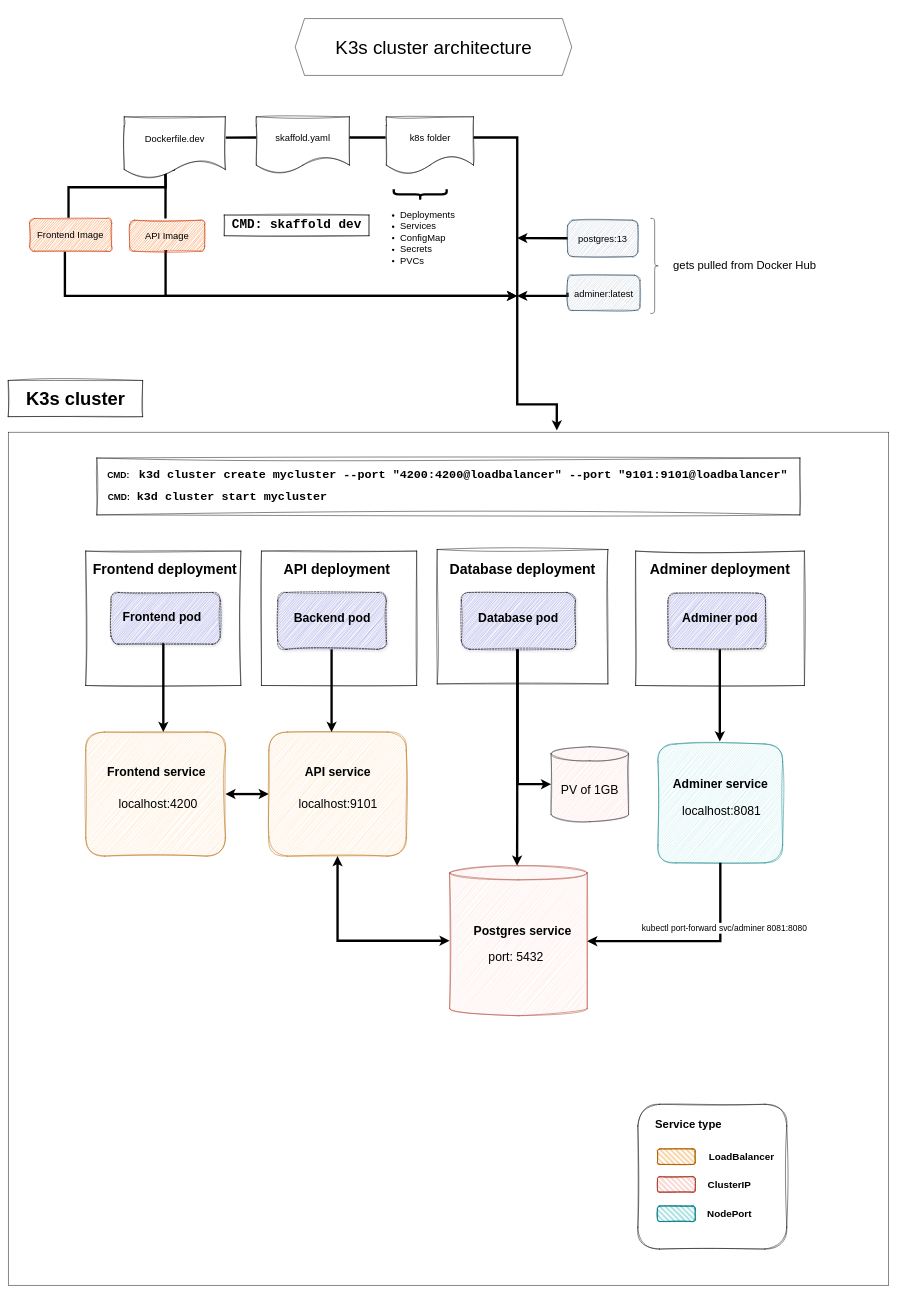
This is diagrams/drawio/dev-setup.drawio from Eliasdb/eDB, a draw.io file, before an edit. Source tidied: cells renumbered, new cells numbered last; positions are measured from the earlier drawing's top-left corner, leaving out a move shared by most shapes. Both pictures are drawn from the tidied source at 47%, with x=0, y=0 at pixel (8, 18).
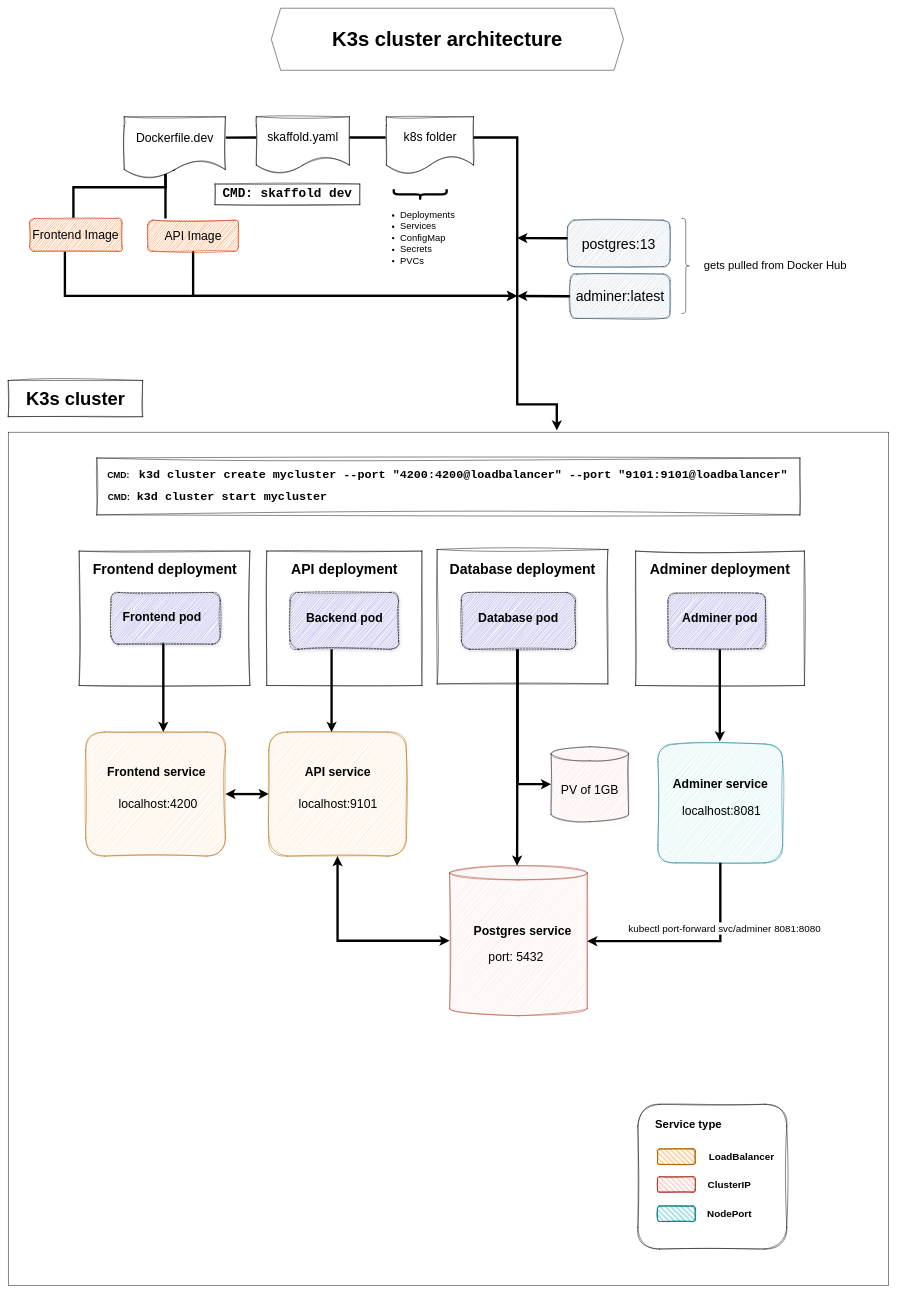
The same diagram, later.

The change refers to these unchanged cells:
```xml
<mxCell id="57" style="edgeStyle=orthogonalEdgeStyle;rounded=0;jettySize=auto;html=1;exitX=0.5;exitY=1;exitDx=0;exitDy=0;strokeWidth=5;" parent="1" edge="1" source="50" target="40">
  <mxGeometry relative="1" as="geometry">
    <Array as="points">
      <mxPoint x="1515" y="1963" />
    </Array>
  </mxGeometry>
</mxCell>
```

The edit, as a diff of the source:
```diff
@@
-<mxGraphModel background="#FFFFFF">
+<mxGraphModel>
@@
     <mxCell id="2" style="edgeStyle=orthogonalEdgeStyle;rounded=0;jettySize=auto;html=1;exitX=0.499;exitY=0.851;exitDx=0;exitDy=0;exitPerimeter=0;endArrow=none;endFill=0;strokeWidth=5;" parent="1" edge="1" source="3">
       <mxGeometry relative="1" as="geometry">
         <mxPoint x="334.6" y="425.2" as="targetPoint" />
         <Array as="points">
-          <mxPoint x="334.8" y="304.2" />
-          <mxPoint x="334.8" y="304.2" />
+          <mxPoint x="335" y="321" />
         </Array>
       </mxGeometry>
     </mxCell>
-    <mxCell id="3" value="&lt;font style=&quot;font-size: 20px;&quot;&gt;Dockerfile.dev&lt;/font&gt;" style="shape=document;whiteSpace=wrap;html=1;boundedLbl=1;sketch=1;curveFitting=1;jiggle=2;" parent="1" vertex="1">
+    <mxCell id="3" value="&lt;font style=&quot;font-size: 26px;&quot;&gt;Dockerfile.dev&lt;/font&gt;" style="shape=document;whiteSpace=wrap;html=1;boundedLbl=1;sketch=1;curveFitting=1;jiggle=2;" parent="1" vertex="1">
       <mxGeometry x="246.8" y="209" width="215.2" height="132" as="geometry" />
     </mxCell>
-    <mxCell id="4" value="&lt;font style=&quot;font-size: 20px;&quot;&gt;skaffold.yaml&lt;/font&gt;" style="shape=document;whiteSpace=wrap;html=1;boundedLbl=1;sketch=1;curveFitting=1;jiggle=2;" parent="1" vertex="1">
+    <mxCell id="4" value="&lt;font style=&quot;font-size: 26px;&quot;&gt;skaffold.yaml&lt;/font&gt;" style="shape=document;whiteSpace=wrap;html=1;boundedLbl=1;sketch=1;curveFitting=1;jiggle=2;" parent="1" vertex="1">
       <mxGeometry x="527.8" y="209" width="198.2" height="121" as="geometry" />
     </mxCell>
@@
-    <mxCell id="6" value="&lt;font style=&quot;font-size: 20px;&quot;&gt;k8s folder&lt;/font&gt;" style="shape=document;whiteSpace=wrap;html=1;boundedLbl=1;sketch=1;curveFitting=1;jiggle=2;" parent="1" vertex="1">
+    <mxCell id="6" value="&lt;font style=&quot;font-size: 26px;&quot;&gt;k8s folder&lt;/font&gt;" style="shape=document;whiteSpace=wrap;html=1;boundedLbl=1;sketch=1;curveFitting=1;jiggle=2;" parent="1" vertex="1">
       <mxGeometry x="804.5" y="209" width="185.5" height="121" as="geometry" />
     </mxCell>
@@
-    <mxCell id="11" value="&lt;font style=&quot;font-size: 20px;&quot;&gt;Frontend Image&lt;/font&gt;" style="rounded=1;whiteSpace=wrap;html=1;sketch=1;curveFitting=1;jiggle=2;fillColor=#fa6800;strokeColor=#C73500;fontColor=#000000;" parent="1" vertex="1">
-      <mxGeometry x="45.3" y="425.2" width="174.7" height="69.8" as="geometry" />
+    <mxCell id="11" value="&lt;font style=&quot;font-size: 26px;&quot;&gt;Frontend Image&lt;/font&gt;" style="rounded=1;whiteSpace=wrap;html=1;sketch=1;curveFitting=1;jiggle=2;fillColor=#fa6800;strokeColor=#C73500;fontColor=#000000;" parent="1" vertex="1">
+      <mxGeometry x="45.3" y="425.2" width="196.7" height="69.8" as="geometry" />
     </mxCell>
     <mxCell id="12" style="edgeStyle=orthogonalEdgeStyle;rounded=0;jettySize=auto;html=1;exitX=0.5;exitY=1;exitDx=0;exitDy=0;strokeWidth=5;" parent="1" edge="1" source="72">
       <mxGeometry relative="1" as="geometry">
         <mxPoint x="1082.8" y="590.1" as="targetPoint" />
         <Array as="points">
-          <mxPoint x="334.8" y="590.2" />
+          <mxPoint x="393" y="590" />
         </Array>
       </mxGeometry>
     </mxCell>
@@
-    <mxCell id="14" value="&lt;font style=&quot;font-size: 20px;&quot;&gt;postgres:13&lt;/font&gt;" style="rounded=1;whiteSpace=wrap;html=1;sketch=1;curveFitting=1;jiggle=2;fillColor=#bac8d3;strokeColor=#23445d;" parent="1" vertex="1">
-      <mxGeometry x="1190.1" y="429" width="149.6" height="77.6" as="geometry" />
+    <mxCell id="14" value="&lt;font style=&quot;font-size: 30px;&quot;&gt;postgres:13&lt;/font&gt;" style="rounded=1;whiteSpace=wrap;html=1;sketch=1;curveFitting=1;jiggle=2;fillColor=#bac8d3;strokeColor=#23445d;" parent="1" vertex="1">
+      <mxGeometry x="1190.1" y="429" width="217.9" height="99" as="geometry" />
     </mxCell>
     <mxCell id="15" style="shape=curlyBracket;whiteSpace=wrap;html=1;rounded=1;flipH=1;labelPosition=right;verticalLabelPosition=middle;align=left;verticalAlign=middle;size=0.5;direction=east;" parent="1" vertex="1">
-      <mxGeometry x="1366.1" y="425.2" width="18.7" height="202.1" as="geometry" />
+      <mxGeometry x="1432.2" y="425.2" width="18.7" height="202.1" as="geometry" />
     </mxCell>
     <mxCell id="16" value="&lt;font style=&quot;font-size: 24px;&quot;&gt;gets pulled from Docker Hub&amp;nbsp;&lt;/font&gt;" style="text;html=1;align=center;verticalAlign=middle;whiteSpace=wrap;rounded=0;fontSize=20;" parent="1" vertex="1">
-      <mxGeometry x="1397" y="495.3" width="347.2" height="62" as="geometry" />
+      <mxGeometry x="1461.8" y="495.3" width="347.2" height="62" as="geometry" />
     </mxCell>
@@
     <mxCell id="19" style="rounded=0;whiteSpace=wrap;html=1;sketch=1;curveFitting=1;jiggle=2;glass=0;shadow=0;" parent="1" vertex="1">
-      <mxGeometry x="164.8" y="1133" width="330.2" height="286" as="geometry" />
+      <mxGeometry x="150.9" y="1133" width="363.2" height="286" as="geometry" />
     </mxCell>
@@
     <mxCell id="28" style="rounded=0;whiteSpace=wrap;html=1;sketch=1;curveFitting=1;jiggle=2;" parent="1" vertex="1">
-      <mxGeometry x="538.8" y="1133" width="330.2" height="286" as="geometry" />
+      <mxGeometry x="550" y="1133" width="330.2" height="286" as="geometry" />
     </mxCell>
     <mxCell id="29" value="&lt;font style=&quot;font-size: 30px;&quot;&gt;API deployment&lt;/font&gt;" style="text;strokeColor=none;fillColor=none;html=1;fontSize=20;fontStyle=1;verticalAlign=middle;align=center;" parent="1" vertex="1">
-      <mxGeometry x="561" y="1144" width="275" height="55" as="geometry" />
+      <mxGeometry x="577.6" y="1144" width="275" height="55" as="geometry" />
     </mxCell>
     <mxCell id="30" style="rounded=1;whiteSpace=wrap;html=1;dashed=1;glass=0;shadow=1;sketch=1;curveFitting=1;jiggle=2;fillColor=#8787FF;" parent="1" vertex="1">
-      <mxGeometry x="573.5" y="1221" width="231" height="121" as="geometry" />
+      <mxGeometry x="599.6" y="1221" width="231" height="121" as="geometry" />
     </mxCell>
     <mxCell id="31" value="&lt;font style=&quot;font-size: 26px;&quot;&gt;Backend pod&lt;/font&gt;" style="text;strokeColor=none;fillColor=none;html=1;fontSize=19;fontStyle=1;verticalAlign=middle;align=center;" parent="1" vertex="1">
-      <mxGeometry x="606.3" y="1253.3" width="165.4" height="44" as="geometry" />
+      <mxGeometry x="632.4" y="1253.3" width="165.4" height="44" as="geometry" />
     </mxCell>
@@
-    <mxCell id="53" value="&lt;font style=&quot;font-size: 20px;&quot;&gt;adminer:latest&lt;/font&gt;" style="rounded=1;whiteSpace=wrap;html=1;sketch=1;curveFitting=1;jiggle=2;fillColor=#bac8d3;strokeColor=#23445d;" parent="1" vertex="1">
-      <mxGeometry x="1190.1" y="546.1" width="154" height="75" as="geometry" />
+    <mxCell id="53" value="&lt;font style=&quot;font-size: 30px;&quot;&gt;adminer:latest&lt;/font&gt;" style="rounded=1;whiteSpace=wrap;html=1;sketch=1;curveFitting=1;jiggle=2;fillColor=#bac8d3;strokeColor=#23445d;" parent="1" vertex="1">
+      <mxGeometry x="1195.6" y="543.5" width="212.4" height="94.5" as="geometry" />
     </mxCell>
@@
     <mxCell id="55" value="&lt;pre style=&quot;&quot;&gt;&lt;b style=&quot;&quot;&gt;&lt;font style=&quot;font-size: 27px;&quot;&gt;CMD: skaffold dev&lt;/font&gt;&lt;/b&gt;&lt;/pre&gt;" style="text;html=1;align=center;verticalAlign=middle;whiteSpace=wrap;rounded=0;fontFamily=Helvetica;fontSize=22;strokeColor=default;fontStyle=0;spacingBottom=0;spacingRight=0;horizontal=1;sketch=1;curveFitting=1;jiggle=2;" parent="1" vertex="1">
-      <mxGeometry x="459.6" y="418" width="308" height="44" as="geometry" />
+      <mxGeometry x="440" y="352" width="308" height="44" as="geometry" />
     </mxCell>
@@
-    <mxCell id="58" value=" kubectl port-forward svc/adminer 8081:8080" style="edgeLabel;align=center;verticalAlign=middle;fontSize=18;" parent="57" vertex="1">
+    <mxCell id="58" value=" kubectl port-forward svc/adminer 8081:8080" style="edgeLabel;align=center;verticalAlign=middle;fontSize=21;" parent="57" vertex="1">
       <mxGeometry x="-0.39" y="6" relative="1" as="geometry">
         <mxPoint y="1" as="offset" />
       </mxGeometry>
     </mxCell>
@@
-    <mxCell id="72" value="&lt;font style=&quot;font-size: 20px;&quot;&gt;API Image&lt;/font&gt;" style="rounded=1;whiteSpace=wrap;html=1;sketch=1;curveFitting=1;jiggle=2;fillColor=#fa6800;strokeColor=#C73500;fontColor=#000000;" parent="1" vertex="1">
-      <mxGeometry x="258.3" y="429" width="159.7" height="66" as="geometry" />
+    <mxCell id="72" value="&lt;font style=&quot;font-size: 26px;&quot;&gt;API Image&lt;/font&gt;" style="rounded=1;whiteSpace=wrap;html=1;sketch=1;curveFitting=1;jiggle=2;fillColor=#fa6800;strokeColor=#C73500;fontColor=#000000;" parent="1" vertex="1">
+      <mxGeometry x="297" y="429" width="192.7" height="66" as="geometry" />
     </mxCell>
@@
-    <mxCell id="77" value="&lt;span style=&quot;font-size: 40px;&quot;&gt;K3s cluster architecture&lt;/span&gt;" style="shape=hexagon;perimeter=hexagonPerimeter2;whiteSpace=wrap;html=1;fixedSize=1;" parent="1" vertex="1">
-      <mxGeometry x="610.5" width="588.5" height="121" as="geometry" />
+    <mxCell id="77" value="&lt;font style=&quot;font-size: 43px;&quot;&gt;&lt;b&gt;K3s cluster architecture&lt;/b&gt;&lt;/font&gt;" style="shape=hexagon;perimeter=hexagonPerimeter2;whiteSpace=wrap;html=1;fixedSize=1;" parent="1" vertex="1">
+      <mxGeometry x="559.7" y="-22" width="749.3" height="132" as="geometry" />
     </mxCell>
```
